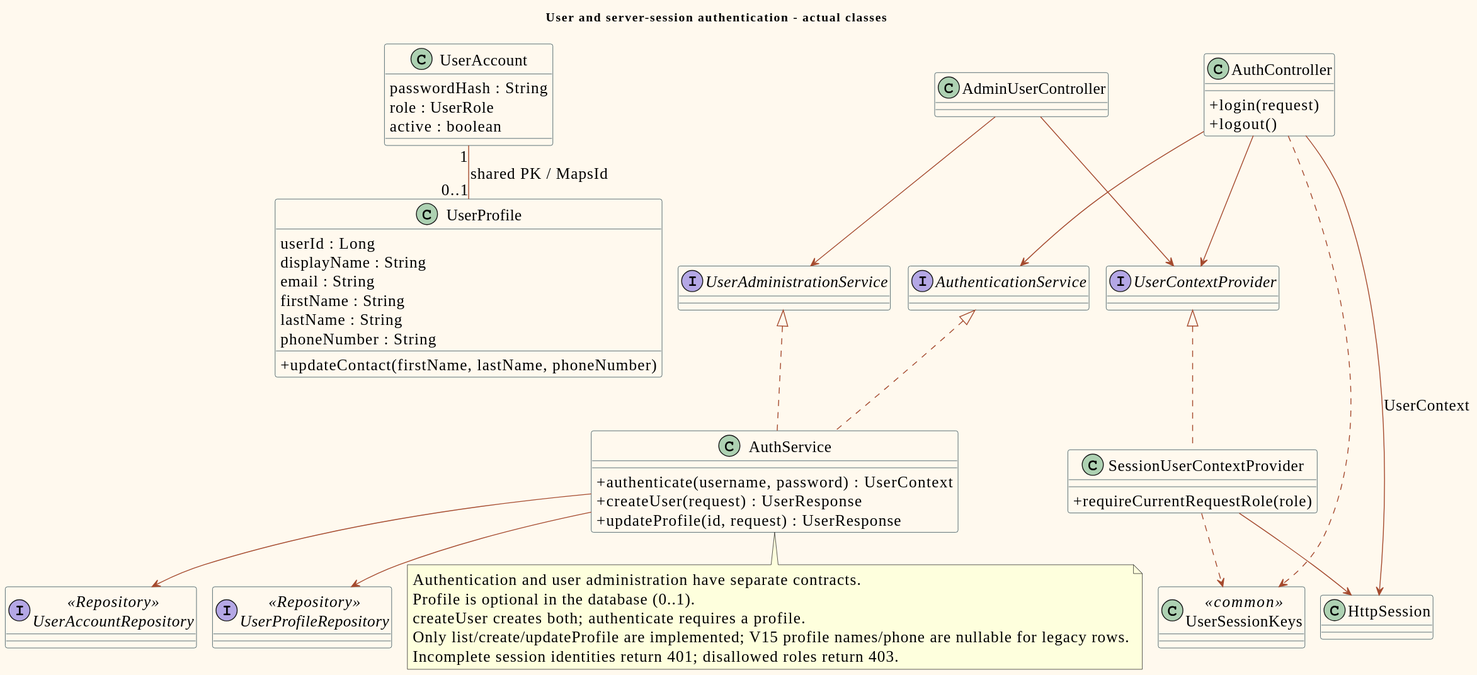
Earlier version of the PlantUML export doc/diagrams/previews/class-auth.svg (PavaritPramual/buffet-restaurant-management-system). Its diagram source:
```plantuml
@startuml
!pragma layout smetana
skinparam shadowing false
skinparam backgroundColor #FFF9EE
skinparam defaultFontName Tahoma
skinparam defaultFontSize 18
skinparam classAttributeIconSize 0
skinparam ArrowColor #A54A2E
skinparam classBackgroundColor #FFF9EE
skinparam classBorderColor #173A45
skinparam actorBorderColor #173A45
skinparam usecaseBackgroundColor #F2E6D4
skinparam usecaseBorderColor #A54A2E
title User and server-session authentication - actual classes
class UserAccount {
passwordHash : String
role : UserRole
active : boolean
}
class UserProfile {
userId : Long
displayName : String
email : String
firstName : String
lastName : String
phoneNumber : String
+updateContact(firstName, lastName, phoneNumber)
}
class AuthService {
+authenticate(username, password) : UserContext
+createUser(request) : UserResponse
+updateProfile(id, request) : UserResponse
}
interface UserAccountRepository <<Repository>>
interface UserProfileRepository <<Repository>>
class AuthController {
+login(request)
+logout()
}
class SessionUserContextProvider {
+requireCurrentRequestRole(role)
}
class HttpSession
UserAccount "1" -- "0..1" UserProfile : shared PK / MapsId
interface AuthenticationService
interface UserAdministrationService
interface UserContextProvider
class UserSessionKeys <<common>>
class AdminUserController
AuthenticationService <|.. AuthService
UserAdministrationService <|.. AuthService
UserContextProvider <|.. SessionUserContextProvider
AuthController --> AuthenticationService
AuthController --> UserContextProvider
AdminUserController --> UserAdministrationService
AdminUserController --> UserContextProvider
AuthController ..> UserSessionKeys
SessionUserContextProvider ..> UserSessionKeys
AuthService --> UserAccountRepository
AuthService --> UserProfileRepository
AuthController --> HttpSession : UserContext
SessionUserContextProvider --> HttpSession
note bottom of AuthService
Authentication and user administration have separate contracts.
Profile is optional in the database (0..1).
createUser creates both; authenticate requires a profile.
Only list/create/updateProfile are implemented; V15 profile names/phone are nullable for legacy rows.
Incomplete session identities return 401; disallowed roles return 403.
end note
@enduml
```
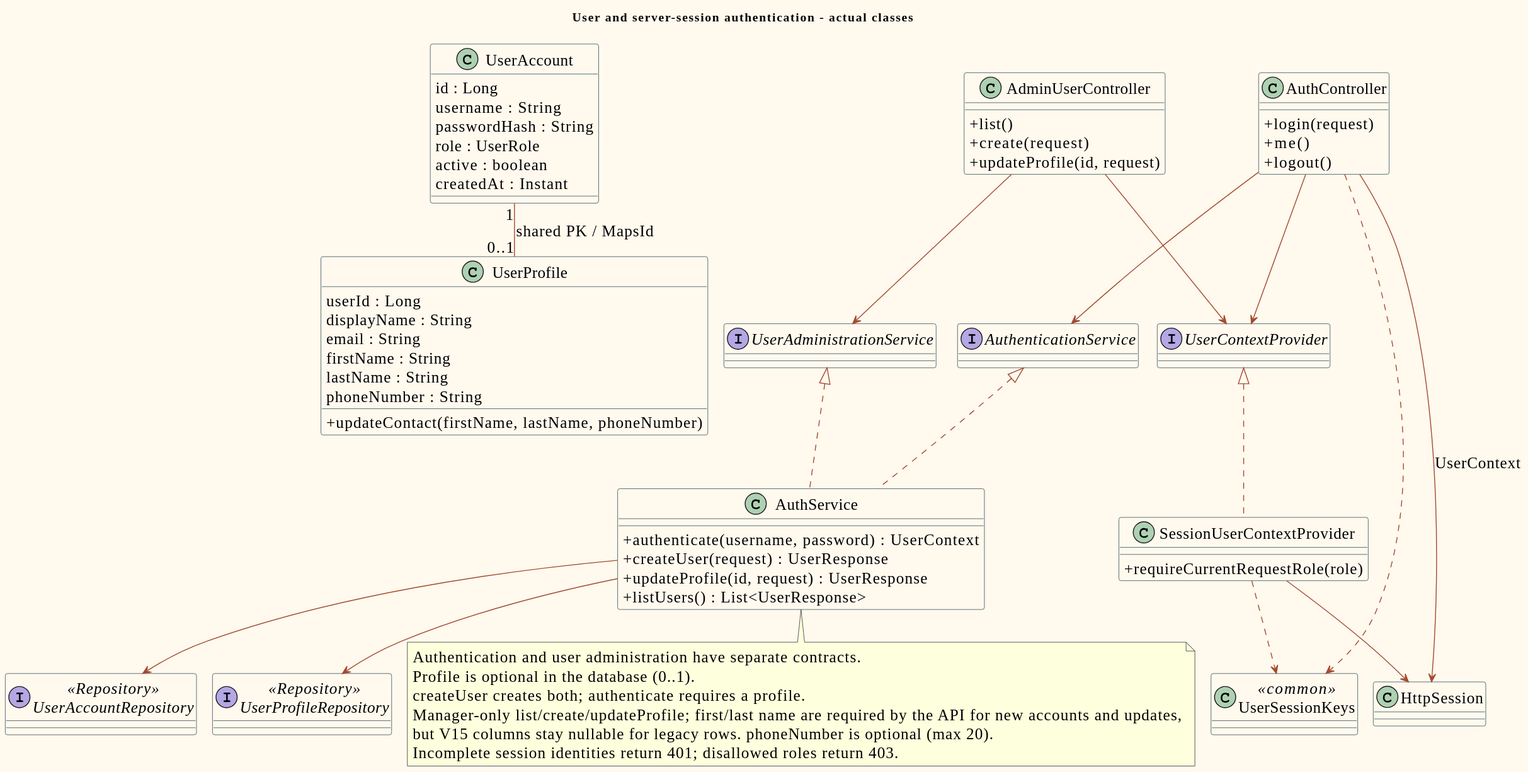
The same file after the commit.

What changed in the source:
```diff
@@ -13,9 +13,12 @@
 skinparam usecaseBorderColor #A54A2E
 title User and server-session authentication - actual classes
 class UserAccount {
+id : Long
+username : String
 passwordHash : String
 role : UserRole
 active : boolean
+createdAt : Instant
 }
 class UserProfile {
 userId : Long
@@ -30,11 +33,13 @@
 +authenticate(username, password) : UserContext
 +createUser(request) : UserResponse
 +updateProfile(id, request) : UserResponse
++listUsers() : List<UserResponse>
 }
 interface UserAccountRepository <<Repository>>
 interface UserProfileRepository <<Repository>>
 class AuthController {
 +login(request)
++me()
 +logout()
 }
 class SessionUserContextProvider {
@@ -46,7 +51,11 @@
 interface UserAdministrationService
 interface UserContextProvider
 class UserSessionKeys <<common>>
-class AdminUserController
+class AdminUserController {
++list()
++create(request)
++updateProfile(id, request)
+}
 AuthenticationService <|.. AuthService
 UserAdministrationService <|.. AuthService
 UserContextProvider <|.. SessionUserContextProvider
@@ -64,7 +73,8 @@
 Authentication and user administration have separate contracts.
 Profile is optional in the database (0..1).
 createUser creates both; authenticate requires a profile.
-Only list/create/updateProfile are implemented; V15 profile names/phone are nullable for legacy rows.
+Manager-only list/create/updateProfile; first/last name are required by the API for new accounts and updates,
+but V15 columns stay nullable for legacy rows. phoneNumber is optional (max 20).
 Incomplete session identities return 401; disallowed roles return 403.
 end note
 @enduml
```
